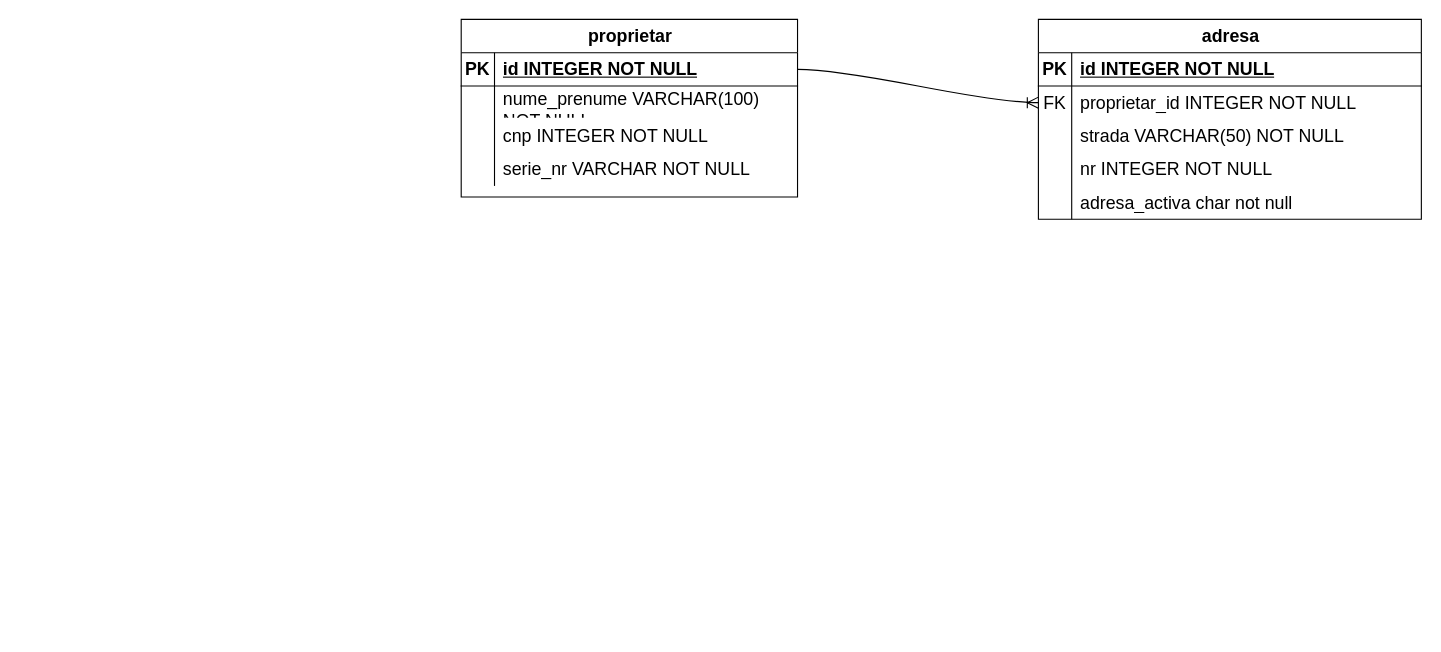
vitorjurj/modelare_db keeps this draw.io diagram as evidenta proprietari.drawio. Above is the earlier version. Source tidied: cells renumbered, new cells numbered last; positions are measured from the earlier drawing's top-left corner, leaving out a move shared by most shapes. Both pictures are drawn from the tidied source at 111%, with x=0, y=0 at pixel (461, 19).
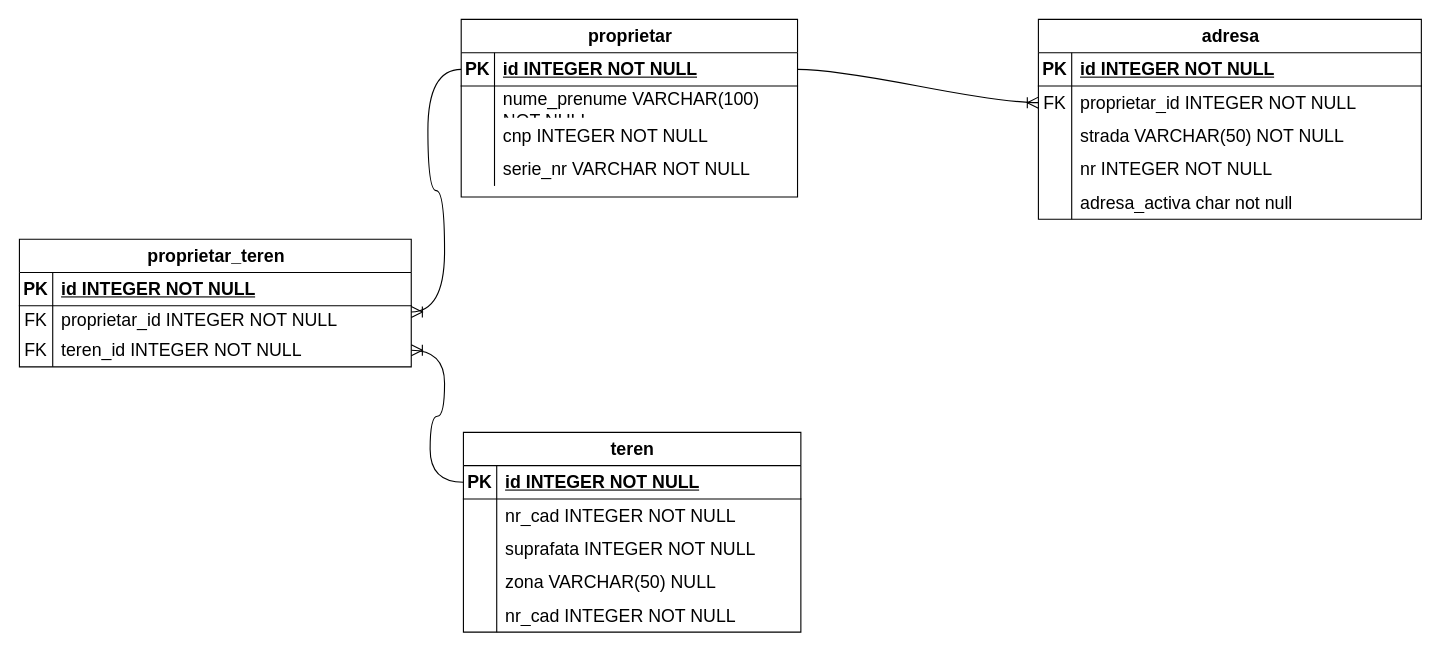
The same diagram, later.

Unchanged cells that the change refers to:
```xml
<mxCell id="3" style="shape=tableRow;horizontal=0;startSize=0;swimlaneHead=0;swimlaneBody=0;fillColor=none;points=[[0,0.5],[1,0.5]];portConstraint=eastwest;top=0;left=0;right=0;bottom=1;fontSize=16;" parent="2" vertex="1">
  <mxGeometry y="30" width="303" height="30" as="geometry" />
</mxCell>
```

Change to the diagram source:
```diff
@@
+    <mxCell id="32" value="teren" style="shape=table;startSize=30;childLayout=tableLayout;rowLines=0;fontStyle=1;align=center;html=1;fontSize=16;" parent="1" vertex="1">
+      <mxGeometry x="2" y="372" width="304" height="180" as="geometry" />
+    </mxCell>
+    <mxCell id="33" style="shape=tableRow;horizontal=0;startSize=0;swimlaneHead=0;swimlaneBody=0;fillColor=none;points=[[0,0.5],[1,0.5]];portConstraint=eastwest;top=0;left=0;right=0;bottom=1;fontSize=16;" parent="32" vertex="1">
+      <mxGeometry y="30" width="304" height="30" as="geometry" />
+    </mxCell>
+    <mxCell id="34" value="PK" style="shape=partialRectangle;fillColor=none;top=0;left=0;bottom=0;right=0;fontStyle=1;overflow=hidden;whiteSpace=wrap;html=1;fontSize=16;" parent="33" vertex="1">
+      <mxGeometry width="30" height="30" as="geometry" />
+    </mxCell>
+    <mxCell id="35" value="id INTEGER NOT NULL" style="shape=partialRectangle;fillColor=none;top=0;left=0;bottom=0;right=0;align=left;spacingLeft=6;fontStyle=5;overflow=hidden;whiteSpace=wrap;html=1;fontSize=16;" parent="33" vertex="1">
+      <mxGeometry x="30" width="274" height="30" as="geometry" />
+    </mxCell>
+    <mxCell id="36" style="shape=tableRow;horizontal=0;startSize=0;swimlaneHead=0;swimlaneBody=0;fillColor=none;top=0;left=0;right=0;bottom=0;fontSize=16;" parent="32" vertex="1">
+      <mxGeometry y="60" width="304" height="30" as="geometry" />
+    </mxCell>
+    <mxCell id="37" style="shape=partialRectangle;fillColor=none;top=0;left=0;bottom=0;right=0;overflow=hidden;whiteSpace=wrap;html=1;fontSize=16;" parent="36" vertex="1">
+      <mxGeometry width="30" height="30" as="geometry" />
+    </mxCell>
+    <mxCell id="38" value="nr_cad INTEGER NOT NULL" style="shape=partialRectangle;fillColor=none;top=0;left=0;bottom=0;right=0;align=left;spacingLeft=6;overflow=hidden;whiteSpace=wrap;html=1;fontSize=16;" parent="36" vertex="1">
+      <mxGeometry x="30" width="274" height="30" as="geometry" />
+    </mxCell>
+    <mxCell id="39" style="shape=tableRow;horizontal=0;startSize=0;swimlaneHead=0;swimlaneBody=0;fillColor=none;top=0;left=0;right=0;bottom=0;fontSize=16;" parent="32" vertex="1">
+      <mxGeometry y="90" width="304" height="30" as="geometry" />
+    </mxCell>
+    <mxCell id="40" style="shape=partialRectangle;fillColor=none;top=0;left=0;bottom=0;right=0;overflow=hidden;whiteSpace=wrap;html=1;fontSize=16;" parent="39" vertex="1">
+      <mxGeometry width="30" height="30" as="geometry" />
+    </mxCell>
+    <mxCell id="41" value="suprafata INTEGER NOT NULL" style="shape=partialRectangle;fillColor=none;top=0;left=0;bottom=0;right=0;align=left;spacingLeft=6;overflow=hidden;whiteSpace=wrap;html=1;fontSize=16;" parent="39" vertex="1">
+      <mxGeometry x="30" width="274" height="30" as="geometry" />
+    </mxCell>
+    <mxCell id="42" style="shape=tableRow;horizontal=0;startSize=0;swimlaneHead=0;swimlaneBody=0;fillColor=none;top=0;left=0;right=0;bottom=0;fontSize=16;" parent="32" vertex="1">
+      <mxGeometry y="120" width="304" height="30" as="geometry" />
+    </mxCell>
+    <mxCell id="43" style="shape=partialRectangle;fillColor=none;top=0;left=0;bottom=0;right=0;overflow=hidden;whiteSpace=wrap;html=1;fontSize=16;" parent="42" vertex="1">
+      <mxGeometry width="30" height="30" as="geometry" />
+    </mxCell>
+    <mxCell id="44" value="zona VARCHAR(50) NULL" style="shape=partialRectangle;fillColor=none;top=0;left=0;bottom=0;right=0;align=left;spacingLeft=6;overflow=hidden;whiteSpace=wrap;html=1;fontSize=16;" parent="42" vertex="1">
+      <mxGeometry x="30" width="274" height="30" as="geometry" />
+    </mxCell>
+    <mxCell id="45" style="shape=tableRow;horizontal=0;startSize=0;swimlaneHead=0;swimlaneBody=0;fillColor=none;top=0;left=0;right=0;bottom=0;fontSize=16;" parent="32" vertex="1">
+      <mxGeometry y="150" width="304" height="30" as="geometry" />
+    </mxCell>
+    <mxCell id="46" style="shape=partialRectangle;fillColor=none;top=0;left=0;bottom=0;right=0;overflow=hidden;whiteSpace=wrap;html=1;fontSize=16;" parent="45" vertex="1">
+      <mxGeometry width="30" height="30" as="geometry" />
+    </mxCell>
+    <mxCell id="47" value="nr_cad INTEGER NOT NULL" style="shape=partialRectangle;fillColor=none;top=0;left=0;bottom=0;right=0;align=left;spacingLeft=6;overflow=hidden;whiteSpace=wrap;html=1;fontSize=16;" parent="45" vertex="1">
+      <mxGeometry x="30" width="274" height="30" as="geometry" />
+    </mxCell>
+    <mxCell id="48" value="proprietar_teren" style="shape=table;startSize=30;childLayout=tableLayout;rowLines=0;fontStyle=1;align=center;html=1;fontSize=16;" parent="1" vertex="1">
+      <mxGeometry x="-398" y="198" width="353" height="115" as="geometry" />
+    </mxCell>
+    <mxCell id="49" style="shape=tableRow;horizontal=0;startSize=0;swimlaneHead=0;swimlaneBody=0;fillColor=none;top=0;left=0;right=0;bottom=1;fontSize=16;" parent="48" vertex="1">
+      <mxGeometry y="30" width="353" height="30" as="geometry" />
+    </mxCell>
+    <mxCell id="50" value="PK" style="shape=partialRectangle;fillColor=none;top=0;left=0;bottom=0;right=0;fontStyle=1;overflow=hidden;whiteSpace=wrap;html=1;fontSize=16;" parent="49" vertex="1">
+      <mxGeometry width="30" height="30" as="geometry" />
+    </mxCell>
+    <mxCell id="51" value="id INTEGER NOT NULL" style="shape=partialRectangle;fillColor=none;top=0;left=0;bottom=0;right=0;align=left;spacingLeft=6;fontStyle=5;overflow=hidden;whiteSpace=wrap;html=1;fontSize=16;" parent="49" vertex="1">
+      <mxGeometry x="30" width="323" height="30" as="geometry" />
+    </mxCell>
+    <mxCell id="52" style="shape=tableRow;horizontal=0;startSize=0;swimlaneHead=0;swimlaneBody=0;fillColor=none;points=[[0,0.5],[1,0.5]];portConstraint=eastwest;top=0;left=0;right=0;bottom=0;fontSize=16;" parent="48" vertex="1">
+      <mxGeometry y="60" width="353" height="25" as="geometry" />
+    </mxCell>
+    <mxCell id="53" value="FK" style="shape=partialRectangle;fillColor=none;top=0;left=0;bottom=0;right=0;overflow=hidden;whiteSpace=wrap;html=1;fontSize=16;" parent="52" vertex="1">
+      <mxGeometry width="30" height="25" as="geometry" />
+    </mxCell>
+    <mxCell id="54" value="proprietar_id INTEGER NOT NULL" style="shape=partialRectangle;fillColor=none;top=0;left=0;bottom=0;right=0;align=left;spacingLeft=6;overflow=hidden;whiteSpace=wrap;html=1;fontSize=16;" parent="52" vertex="1">
+      <mxGeometry x="30" width="323" height="25" as="geometry" />
+    </mxCell>
+    <mxCell id="55" style="shape=tableRow;horizontal=0;startSize=0;swimlaneHead=0;swimlaneBody=0;fillColor=none;points=[[0,0.5],[1,0.5]];portConstraint=eastwest;top=0;left=0;right=0;bottom=0;fontSize=16;" parent="48" vertex="1">
+      <mxGeometry y="85" width="353" height="30" as="geometry" />
+    </mxCell>
+    <mxCell id="56" value="FK" style="shape=partialRectangle;fillColor=none;top=0;left=0;bottom=0;right=0;overflow=hidden;whiteSpace=wrap;html=1;fontSize=16;" parent="55" vertex="1">
+      <mxGeometry width="30" height="30" as="geometry" />
+    </mxCell>
+    <mxCell id="57" value="teren_id INTEGER NOT NULL" style="shape=partialRectangle;fillColor=none;top=0;left=0;bottom=0;right=0;align=left;spacingLeft=6;overflow=hidden;whiteSpace=wrap;html=1;fontSize=16;" parent="55" vertex="1">
+      <mxGeometry x="30" width="323" height="30" as="geometry" />
+    </mxCell>
+    <mxCell id="58" style="edgeStyle=entityRelationEdgeStyle;fontSize=12;html=1;endArrow=ERoneToMany;rounded=0;startSize=8;endSize=8;curved=1;exitX=0;exitY=0.5;exitDx=0;exitDy=0;entryX=1;entryY=0.221;entryDx=0;entryDy=0;entryPerimeter=0;" parent="1" edge="1" source="3" target="52">
+      <mxGeometry relative="1" as="geometry" />
+    </mxCell>
+    <mxCell id="59" style="edgeStyle=entityRelationEdgeStyle;fontSize=12;html=1;endArrow=ERoneToMany;rounded=0;startSize=8;endSize=8;curved=1;entryX=1;entryY=0.5;entryDx=0;entryDy=0;exitX=0;exitY=0.5;exitDx=0;exitDy=0;" parent="1" edge="1" source="33" target="55">
+      <mxGeometry relative="1" as="geometry" />
+    </mxCell>
```
